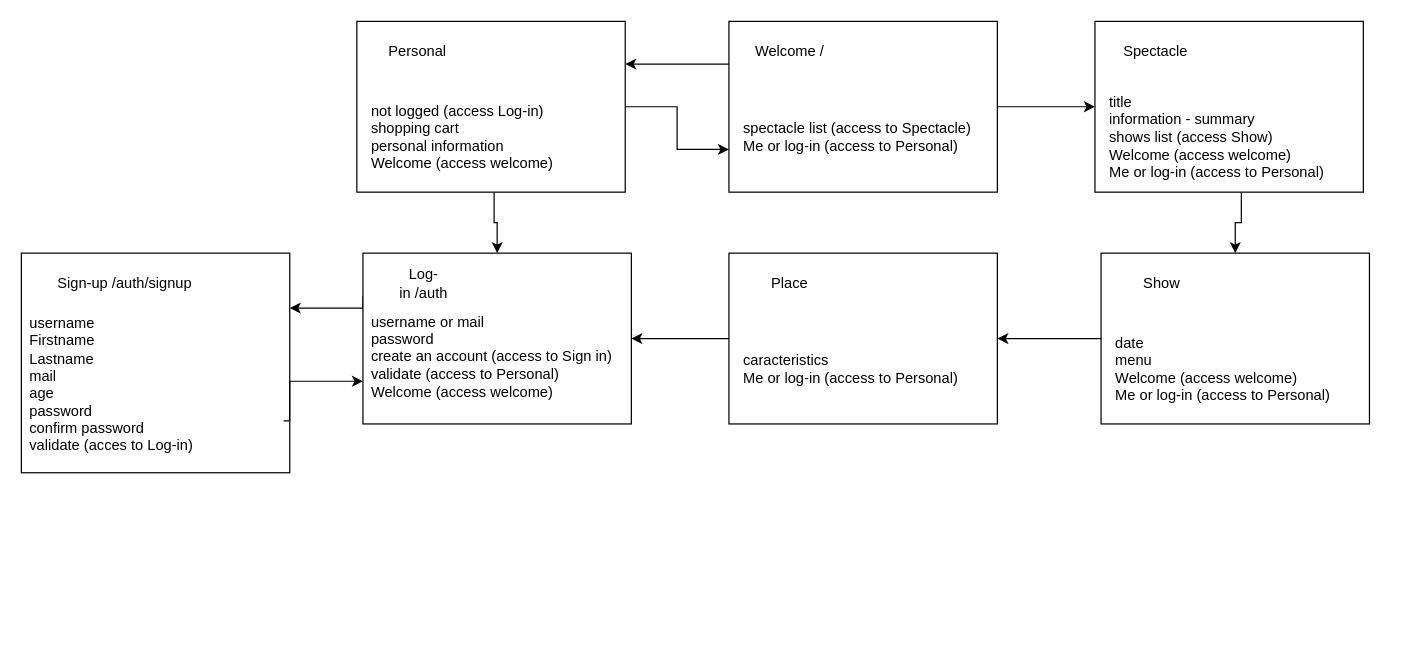
Before: page "pages web" (6 of 7) of analyse/Diagramme sans nom.drawio in baptisteRiviere/SpectacleHallManagement, a draw.io diagram. Source tidied: cells renumbered, new cells numbered last; positions are measured from the earlier drawing's top-left corner, leaving out a move shared by most shapes. Both pictures are drawn from the tidied source at 122%, with x=0, y=0 at pixel (21, 21).
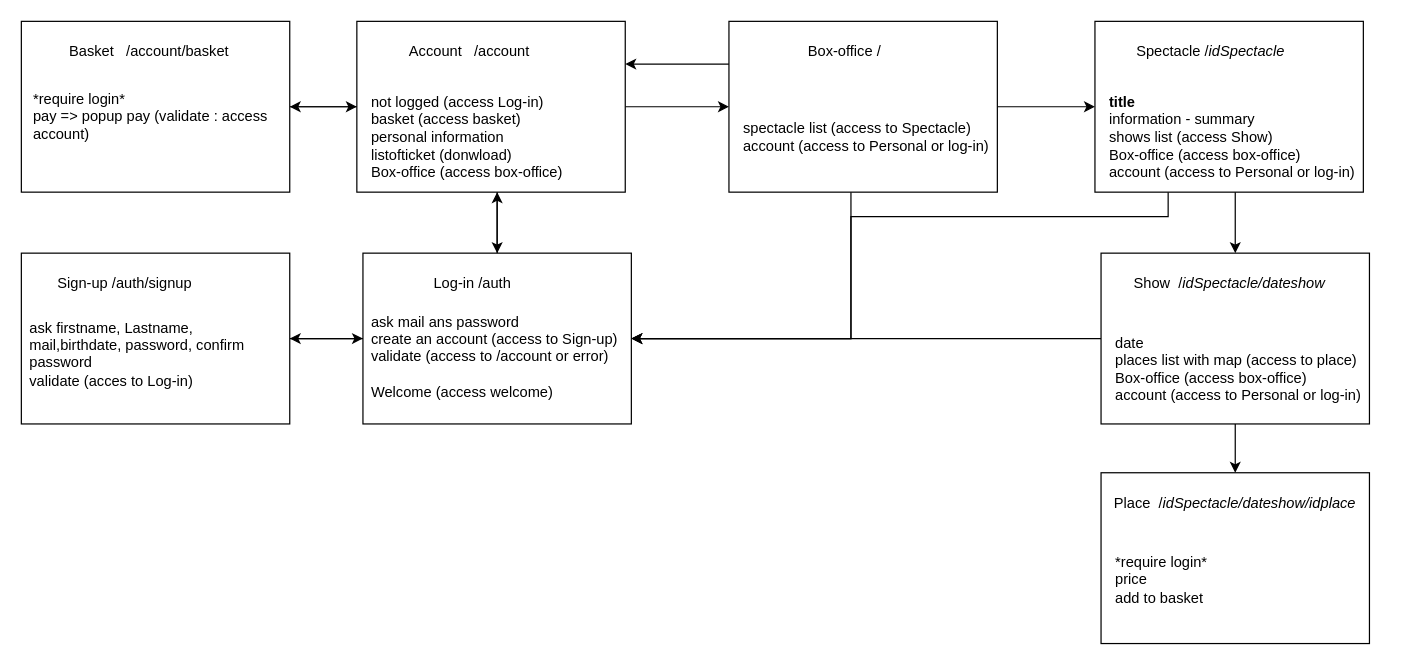
Above is the later version.

The change refers to these unchanged cells:
```xml
<mxCell id="4" style="rounded=0;whiteSpace=wrap;html=1;" parent="1" vertex="1">
  <mxGeometry x="580" width="220" height="140" as="geometry" />
</mxCell>
<mxCell id="7" style="rounded=0;whiteSpace=wrap;html=1;" parent="1" vertex="1">
  <mxGeometry x="880" width="220" height="140" as="geometry" />
</mxCell>
<mxCell id="12" style="rounded=0;whiteSpace=wrap;html=1;" parent="1" vertex="1">
  <mxGeometry x="885" y="190" width="220" height="140" as="geometry" />
</mxCell>
<mxCell id="20" style="rounded=0;whiteSpace=wrap;html=1;" parent="1" vertex="1">
  <mxGeometry x="280" y="190" width="220" height="140" as="geometry" />
</mxCell>
<mxCell id="27" style="rounded=0;whiteSpace=wrap;html=1;" parent="1" vertex="1">
  <mxGeometry x="275" width="220" height="140" as="geometry" />
</mxCell>
```

Diff of the diagram source:
```diff
@@
+    <mxCell id="32" style="edgeStyle=orthogonalEdgeStyle;rounded=0;jettySize=auto;html=1;" parent="1" edge="1" source="4" target="20">
+      <mxGeometry relative="1" as="geometry">
+        <Array as="points">
+          <mxPoint x="680" y="260" />
+        </Array>
+      </mxGeometry>
+    </mxCell>
@@
-    <mxCell id="5" value="Welcome&lt;span style=&quot;white-space: pre;&quot;&gt; &lt;/span&gt;/" style="text;html=1;strokeColor=none;fillColor=none;align=center;verticalAlign=middle;whiteSpace=wrap;rounded=0;" parent="1" vertex="1">
-      <mxGeometry x="600" y="10" width="60" height="30" as="geometry" />
+    <mxCell id="5" value="Box-office&lt;span style=&quot;white-space: pre;&quot;&gt; /&lt;/span&gt;" style="text;html=1;strokeColor=none;fillColor=none;align=center;verticalAlign=middle;whiteSpace=wrap;rounded=0;" parent="1" vertex="1">
+      <mxGeometry x="600" y="10" width="150" height="30" as="geometry" />
     </mxCell>
-    <mxCell id="6" value="&lt;div align=&quot;left&quot;&gt;spectacle list (access to Spectacle)&lt;br&gt;&lt;/div&gt;&lt;div align=&quot;left&quot;&gt;Me or log-in (access to Personal)&lt;br&gt;&lt;/div&gt;" style="text;html=1;strokeColor=none;fillColor=none;align=left;verticalAlign=middle;whiteSpace=wrap;rounded=0;" parent="1" vertex="1">
+    <mxCell id="6" value="&lt;div align=&quot;left&quot;&gt;spectacle list (access to Spectacle)&lt;br&gt;&lt;/div&gt;&lt;div align=&quot;left&quot;&gt;account (access to Personal or log-in)&lt;/div&gt;" style="text;html=1;strokeColor=none;fillColor=none;align=left;verticalAlign=middle;whiteSpace=wrap;rounded=0;" parent="1" vertex="1">
       <mxGeometry x="590" y="50" width="220" height="90" as="geometry" />
     </mxCell>
+    <mxCell id="33" style="edgeStyle=orthogonalEdgeStyle;rounded=0;jettySize=auto;html=1;" parent="1" edge="1" source="7" target="20">
+      <mxGeometry relative="1" as="geometry">
+        <Array as="points">
+          <mxPoint x="940" y="160" />
+          <mxPoint x="680" y="160" />
+          <mxPoint x="680" y="260" />
+        </Array>
+      </mxGeometry>
+    </mxCell>
@@
-    <mxCell id="8" value="Spectacle" style="text;html=1;strokeColor=none;fillColor=none;align=center;verticalAlign=middle;whiteSpace=wrap;rounded=0;" parent="1" vertex="1">
-      <mxGeometry x="900" y="10" width="60" height="30" as="geometry" />
+    <mxCell id="8" value="Spectacle&lt;span style=&quot;white-space: pre;&quot;&gt; /&lt;i&gt;idSpectacle&lt;/i&gt;&lt;/span&gt;" style="text;html=1;strokeColor=none;fillColor=none;align=center;verticalAlign=middle;whiteSpace=wrap;rounded=0;" parent="1" vertex="1">
+      <mxGeometry x="900" y="10" width="150" height="30" as="geometry" />
     </mxCell>
     <mxCell id="9" style="edgeStyle=orthogonalEdgeStyle;rounded=0;jettySize=auto;html=1;entryX=0.5;entryY=0;entryDx=0;entryDy=0;" parent="1" edge="1" source="10" target="12">
-      <mxGeometry relative="1" as="geometry" />
+      <mxGeometry relative="1" as="geometry">
+        <Array as="points">
+          <mxPoint x="995" y="150" />
+          <mxPoint x="995" y="150" />
+        </Array>
+      </mxGeometry>
     </mxCell>
-    <mxCell id="10" value="&lt;div&gt;title&lt;/div&gt;&lt;div&gt;information - summary&lt;br&gt;&lt;/div&gt;&lt;div&gt;shows list (access Show)&lt;br&gt;&lt;/div&gt;&lt;div&gt;Welcome (access welcome)&lt;br&gt;&lt;/div&gt;&lt;div&gt;&lt;div align=&quot;left&quot;&gt;Me or log-in (access to Personal)&lt;br&gt;&lt;/div&gt;&lt;/div&gt;" style="text;html=1;strokeColor=none;fillColor=none;align=left;verticalAlign=middle;whiteSpace=wrap;rounded=0;" parent="1" vertex="1">
+    <mxCell id="10" value="&lt;div&gt;&lt;b&gt;title&lt;/b&gt;&lt;/div&gt;&lt;div&gt;information - summary&lt;br&gt;&lt;/div&gt;&lt;div&gt;shows list (access Show)&lt;br&gt;&lt;/div&gt;&lt;div&gt;Box-office (access box-office)&lt;br&gt;&lt;/div&gt;&lt;div&gt;&lt;div align=&quot;left&quot;&gt;account (access to Personal or log-in)&lt;br&gt;&lt;/div&gt;&lt;/div&gt;" style="text;html=1;strokeColor=none;fillColor=none;align=left;verticalAlign=middle;whiteSpace=wrap;rounded=0;" parent="1" vertex="1">
       <mxGeometry x="890" y="50" width="220" height="90" as="geometry" />
     </mxCell>
@@
+    <mxCell id="34" style="edgeStyle=orthogonalEdgeStyle;rounded=0;jettySize=auto;html=1;" parent="1" edge="1" source="12" target="20">
+      <mxGeometry relative="1" as="geometry" />
+    </mxCell>
@@
-    <mxCell id="13" value="Show" style="text;html=1;strokeColor=none;fillColor=none;align=center;verticalAlign=middle;whiteSpace=wrap;rounded=0;" parent="1" vertex="1">
-      <mxGeometry x="905" y="200" width="60" height="30" as="geometry" />
+    <mxCell id="13" value="Show&lt;span style=&quot;&quot;&gt; &lt;span style=&quot;white-space: pre;&quot;&gt; &lt;/span&gt;&lt;/span&gt;&lt;span style=&quot;&quot;&gt;/&lt;i&gt;idSpectacle/dateshow&lt;/i&gt;&lt;/span&gt;" style="text;html=1;strokeColor=none;fillColor=none;align=center;verticalAlign=middle;whiteSpace=wrap;rounded=0;" parent="1" vertex="1">
+      <mxGeometry x="897.5" y="200" width="185" height="30" as="geometry" />
     </mxCell>
-    <mxCell id="14" value="&lt;div&gt;date&lt;/div&gt;&lt;div&gt;menu&lt;/div&gt;&lt;div&gt;Welcome (access welcome)&lt;/div&gt;&lt;div&gt;&lt;div&gt;&lt;div align=&quot;left&quot;&gt;Me or log-in (access to Personal)&lt;br&gt;&lt;/div&gt;&lt;/div&gt;&lt;/div&gt;" style="text;html=1;strokeColor=none;fillColor=none;align=left;verticalAlign=middle;whiteSpace=wrap;rounded=0;" parent="1" vertex="1">
+    <mxCell id="14" value="&lt;div&gt;date&lt;/div&gt;&lt;div&gt;places list with map (access to place)&lt;br&gt;&lt;/div&gt;&lt;div&gt;Box-office (access box-office)&lt;br&gt;&lt;/div&gt;account (access to Personal or log-in)" style="text;html=1;strokeColor=none;fillColor=none;align=left;verticalAlign=middle;whiteSpace=wrap;rounded=0;" parent="1" vertex="1">
       <mxGeometry x="895" y="240" width="220" height="90" as="geometry" />
     </mxCell>
     <mxCell id="15" style="rounded=0;whiteSpace=wrap;html=1;" parent="1" vertex="1">
-      <mxGeometry x="580" y="190" width="220" height="140" as="geometry" />
+      <mxGeometry x="885" y="370" width="220" height="140" as="geometry" />
     </mxCell>
-    <mxCell id="16" value="Place" style="text;html=1;strokeColor=none;fillColor=none;align=center;verticalAlign=middle;whiteSpace=wrap;rounded=0;" parent="1" vertex="1">
-      <mxGeometry x="600" y="200" width="60" height="30" as="geometry" />
+    <mxCell id="16" value="Place&lt;span style=&quot;&quot;&gt; &lt;span style=&quot;white-space: pre;&quot;&gt; &lt;/span&gt;&lt;/span&gt;&lt;span style=&quot;&quot;&gt;&lt;span style=&quot;&quot;&gt;&lt;/span&gt;&lt;/span&gt;&lt;span style=&quot;&quot;&gt;/&lt;i&gt;idSpectacle/dateshow/idplace&lt;/i&gt;&lt;/span&gt;" style="text;html=1;strokeColor=none;fillColor=none;align=center;verticalAlign=middle;whiteSpace=wrap;rounded=0;" parent="1" vertex="1">
+      <mxGeometry x="890" y="380" width="210" height="30" as="geometry" />
     </mxCell>
-    <mxCell id="17" style="edgeStyle=orthogonalEdgeStyle;rounded=0;jettySize=auto;html=1;" parent="1" edge="1" source="15" target="20">
-      <mxGeometry relative="1" as="geometry" />
-    </mxCell>
-    <mxCell id="18" value="&lt;div&gt;caracteristics&lt;br&gt;&lt;/div&gt;&lt;div&gt;Me or log-in (access to Personal)&lt;/div&gt;" style="text;html=1;strokeColor=none;fillColor=none;align=left;verticalAlign=middle;whiteSpace=wrap;rounded=0;" parent="1" vertex="1">
-      <mxGeometry x="590" y="240" width="200" height="90" as="geometry" />
+    <mxCell id="18" value="&lt;div&gt;*require login*&lt;br&gt;&lt;/div&gt;&lt;div&gt;price&lt;/div&gt;&lt;div&gt;add to basket&lt;br&gt;&lt;/div&gt;&lt;div&gt;&lt;br&gt;&lt;/div&gt;" style="text;html=1;strokeColor=none;fillColor=none;align=left;verticalAlign=middle;whiteSpace=wrap;rounded=0;" parent="1" vertex="1">
+      <mxGeometry x="895" y="420" width="200" height="90" as="geometry" />
     </mxCell>
+    <mxCell id="35" style="edgeStyle=orthogonalEdgeStyle;rounded=0;jettySize=auto;html=1;" parent="1" edge="1" source="20" target="27">
+      <mxGeometry relative="1" as="geometry">
+        <Array as="points">
+          <mxPoint x="390" y="150" />
+          <mxPoint x="390" y="150" />
+        </Array>
+      </mxGeometry>
+    </mxCell>
-    <mxCell id="19" style="edgeStyle=orthogonalEdgeStyle;rounded=0;jettySize=auto;html=1;exitX=0;exitY=0.25;exitDx=0;exitDy=0;entryX=1;entryY=0.25;entryDx=0;entryDy=0;" parent="1" edge="1" source="20" target="23">
-      <mxGeometry relative="1" as="geometry">
-        <Array as="points">
-          <mxPoint x="280" y="235" />
-        </Array>
-      </mxGeometry>
+    <mxCell id="19" style="edgeStyle=orthogonalEdgeStyle;rounded=0;jettySize=auto;html=1;" parent="1" edge="1" source="20" target="23">
+      <mxGeometry relative="1" as="geometry" />
     </mxCell>
@@
     <mxCell id="21" value="Log-in&lt;span style=&quot;white-space: pre;&quot;&gt; &lt;/span&gt;/auth" style="text;html=1;strokeColor=none;fillColor=none;align=center;verticalAlign=middle;whiteSpace=wrap;rounded=0;" parent="1" vertex="1">
-      <mxGeometry x="300" y="200" width="60" height="30" as="geometry" />
+      <mxGeometry x="300" y="200" width="140" height="30" as="geometry" />
     </mxCell>
-    <mxCell id="22" value="&lt;div&gt;username or mail&lt;br&gt;&lt;/div&gt;&lt;div&gt;password&lt;/div&gt;&lt;div&gt;create an account (access to Sign in)&lt;br&gt;&lt;/div&gt;&lt;div&gt;validate (access to Personal)&lt;/div&gt;&lt;div&gt;Welcome (access welcome)&lt;br&gt;&lt;/div&gt;" style="text;html=1;strokeColor=none;fillColor=none;align=left;verticalAlign=middle;whiteSpace=wrap;rounded=0;" parent="1" vertex="1">
+    <mxCell id="22" value="&lt;div&gt;ask mail ans password&lt;/div&gt;&lt;div&gt;create an account (access to Sign-up)&lt;br&gt;&lt;/div&gt;&lt;div&gt;validate (access to /account or error)&lt;/div&gt;&lt;div&gt;&lt;br&gt;&lt;/div&gt;&lt;div&gt;Welcome (access welcome)&lt;br&gt;&lt;/div&gt;" style="text;html=1;strokeColor=none;fillColor=none;align=left;verticalAlign=middle;whiteSpace=wrap;rounded=0;" parent="1" vertex="1">
       <mxGeometry x="285" y="230" width="210" height="90" as="geometry" />
     </mxCell>
+    <mxCell id="36" style="edgeStyle=orthogonalEdgeStyle;rounded=0;jettySize=auto;html=1;" parent="1" edge="1" source="23" target="20">
+      <mxGeometry relative="1" as="geometry" />
+    </mxCell>
     <mxCell id="23" style="rounded=0;whiteSpace=wrap;html=1;" parent="1" vertex="1">
-      <mxGeometry y="190" width="220" height="180" as="geometry" />
+      <mxGeometry y="190" width="220" height="140" as="geometry" />
     </mxCell>
@@
-    <mxCell id="25" style="edgeStyle=orthogonalEdgeStyle;rounded=0;jettySize=auto;html=1;exitX=1;exitY=0.75;exitDx=0;exitDy=0;entryX=0;entryY=0.75;entryDx=0;entryDy=0;" parent="1" edge="1" source="26" target="20">
-      <mxGeometry relative="1" as="geometry">
-        <Array as="points">
-          <mxPoint x="220" y="295" />
-        </Array>
-      </mxGeometry>
-    </mxCell>
-    <mxCell id="26" value="&lt;div&gt;username&lt;/div&gt;&lt;div&gt;Firstname&lt;/div&gt;&lt;div&gt;Lastname&lt;br&gt;&lt;/div&gt;&lt;div&gt;mail&lt;/div&gt;&lt;div&gt;age&lt;/div&gt;&lt;div&gt;password&lt;/div&gt;&lt;div&gt;confirm password&lt;/div&gt;&lt;div&gt;validate (acces to Log-in)&lt;br&gt;&lt;/div&gt;&lt;div&gt;&lt;br&gt;&lt;/div&gt;" style="text;html=1;strokeColor=none;fillColor=none;align=left;verticalAlign=middle;whiteSpace=wrap;rounded=0;" parent="1" vertex="1">
-      <mxGeometry x="5" y="260" width="210" height="90" as="geometry" />
+    <mxCell id="26" value="&lt;div&gt;ask firstname, Lastname, mail,birthdate, password, confirm password&lt;/div&gt;&lt;div&gt;validate (acces to Log-in)&lt;br&gt;&lt;/div&gt;&lt;div&gt;&lt;br&gt;&lt;/div&gt;" style="text;html=1;strokeColor=none;fillColor=none;align=left;verticalAlign=middle;whiteSpace=wrap;rounded=0;" parent="1" vertex="1">
+      <mxGeometry x="5" y="235" width="210" height="90" as="geometry" />
     </mxCell>
+    <mxCell id="30" style="edgeStyle=orthogonalEdgeStyle;rounded=0;jettySize=auto;html=1;" parent="1" edge="1" source="27" target="4">
+      <mxGeometry relative="1" as="geometry" />
+    </mxCell>
+    <mxCell id="37" style="edgeStyle=orthogonalEdgeStyle;rounded=0;jettySize=auto;html=1;" parent="1" edge="1" source="27" target="39">
+      <mxGeometry relative="1" as="geometry" />
+    </mxCell>
@@
-    <mxCell id="28" value="Personal" style="text;html=1;strokeColor=none;fillColor=none;align=center;verticalAlign=middle;whiteSpace=wrap;rounded=0;" parent="1" vertex="1">
-      <mxGeometry x="295" y="10" width="60" height="30" as="geometry" />
+    <mxCell id="28" value="Account&lt;span style=&quot;white-space: pre;&quot;&gt; &lt;/span&gt; &lt;span style=&quot;white-space: pre;&quot;&gt; &lt;/span&gt;/account" style="text;html=1;strokeColor=none;fillColor=none;align=center;verticalAlign=middle;whiteSpace=wrap;rounded=0;" parent="1" vertex="1">
+      <mxGeometry x="295" y="10" width="145" height="30" as="geometry" />
     </mxCell>
     <mxCell id="29" style="edgeStyle=orthogonalEdgeStyle;rounded=0;jettySize=auto;html=1;" parent="1" edge="1" source="31" target="20">
-      <mxGeometry relative="1" as="geometry" />
+      <mxGeometry relative="1" as="geometry">
+        <Array as="points">
+          <mxPoint x="390" y="160" />
+          <mxPoint x="390" y="160" />
+        </Array>
+      </mxGeometry>
     </mxCell>
-    <mxCell id="30" style="edgeStyle=orthogonalEdgeStyle;rounded=0;jettySize=auto;html=1;entryX=0;entryY=0.75;entryDx=0;entryDy=0;" parent="1" edge="1" source="27" target="4">
-      <mxGeometry relative="1" as="geometry" />
-    </mxCell>
-    <mxCell id="31" value="&lt;div&gt;not logged (access Log-in)&lt;/div&gt;&lt;div&gt;shopping cart&lt;/div&gt;&lt;div&gt;personal information&lt;/div&gt;&lt;div&gt;Welcome (access welcome)&lt;br&gt;&lt;/div&gt;" style="text;html=1;strokeColor=none;fillColor=none;align=left;verticalAlign=middle;whiteSpace=wrap;rounded=0;" parent="1" vertex="1">
+    <mxCell id="31" value="&lt;div&gt;not logged (access Log-in)&lt;/div&gt;&lt;div&gt;basket (access basket)&lt;br&gt;&lt;/div&gt;&lt;div&gt;personal information&lt;/div&gt;&lt;div&gt;listofticket (donwload)&lt;br&gt;&lt;/div&gt;&lt;div&gt;&lt;div&gt;Box-office (access box-office)&lt;br&gt;&lt;/div&gt;&lt;/div&gt;" style="text;html=1;strokeColor=none;fillColor=none;align=left;verticalAlign=middle;whiteSpace=wrap;rounded=0;" parent="1" vertex="1">
       <mxGeometry x="285" y="50" width="205" height="90" as="geometry" />
     </mxCell>
+    <mxCell id="38" style="edgeStyle=orthogonalEdgeStyle;rounded=0;jettySize=auto;html=1;" parent="1" edge="1" source="39" target="27">
+      <mxGeometry relative="1" as="geometry" />
+    </mxCell>
+    <mxCell id="39" style="rounded=0;whiteSpace=wrap;html=1;" parent="1" vertex="1">
+      <mxGeometry width="220" height="140" as="geometry" />
+    </mxCell>
+    <mxCell id="40" value="Basket&lt;span style=&quot;white-space: pre;&quot;&gt; &lt;/span&gt; &lt;span style=&quot;white-space: pre;&quot;&gt; &lt;/span&gt;/account/basket" style="text;html=1;strokeColor=none;fillColor=none;align=center;verticalAlign=middle;whiteSpace=wrap;rounded=0;" parent="1" vertex="1">
+      <mxGeometry x="20" y="10" width="170" height="30" as="geometry" />
+    </mxCell>
+    <mxCell id="41" value="&lt;div&gt;*require login*&lt;/div&gt;&lt;div&gt;pay =&amp;gt; popup pay (validate : access account)&lt;br&gt;&lt;/div&gt;&lt;div&gt;&lt;br&gt;&lt;/div&gt;" style="text;html=1;strokeColor=none;fillColor=none;align=left;verticalAlign=middle;whiteSpace=wrap;rounded=0;" parent="1" vertex="1">
+      <mxGeometry x="7.5" y="40" width="205" height="90" as="geometry" />
+    </mxCell>
```
